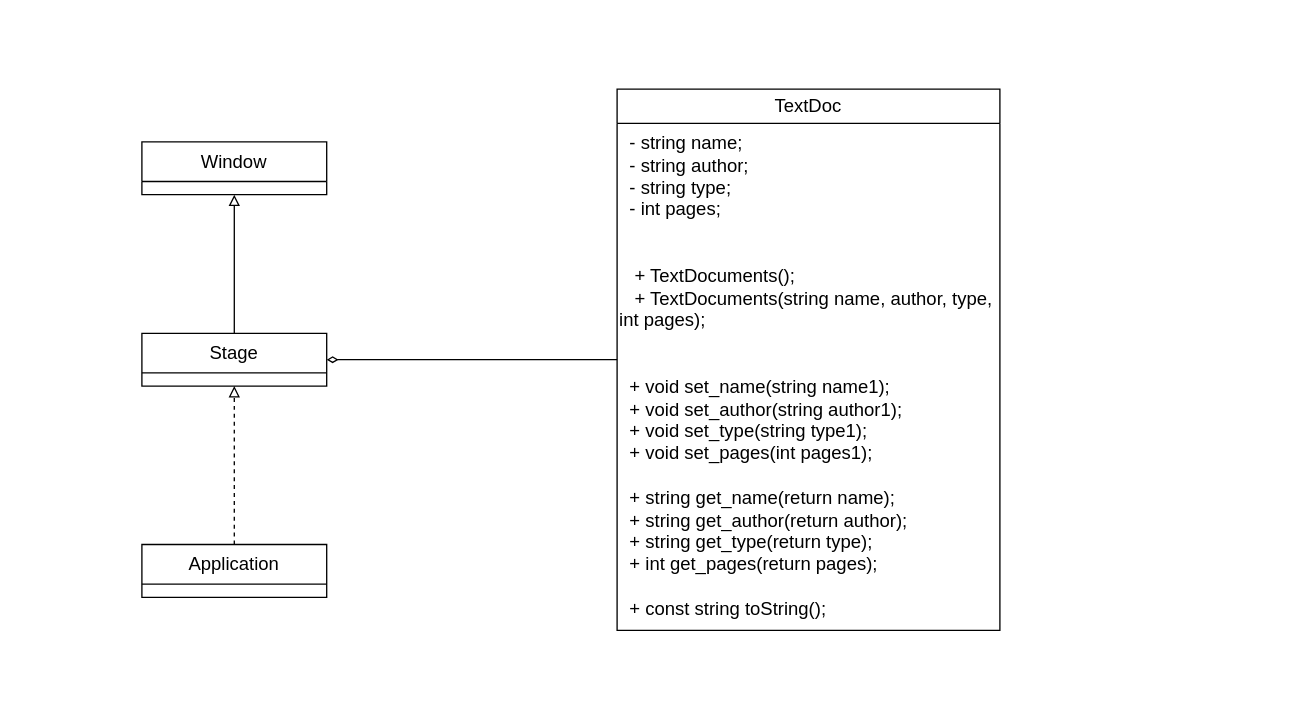
The draw.io diagram umlTextDoc.drawio in arsentyeva-n/MyFirstApp, before the edit. Source tidied: cells renumbered, new cells numbered last; positions are measured from the earlier drawing's top-left corner, leaving out a move shared by most shapes. Both pictures are drawn from the tidied source at 132%, with x=0, y=0 at pixel (22, 22).
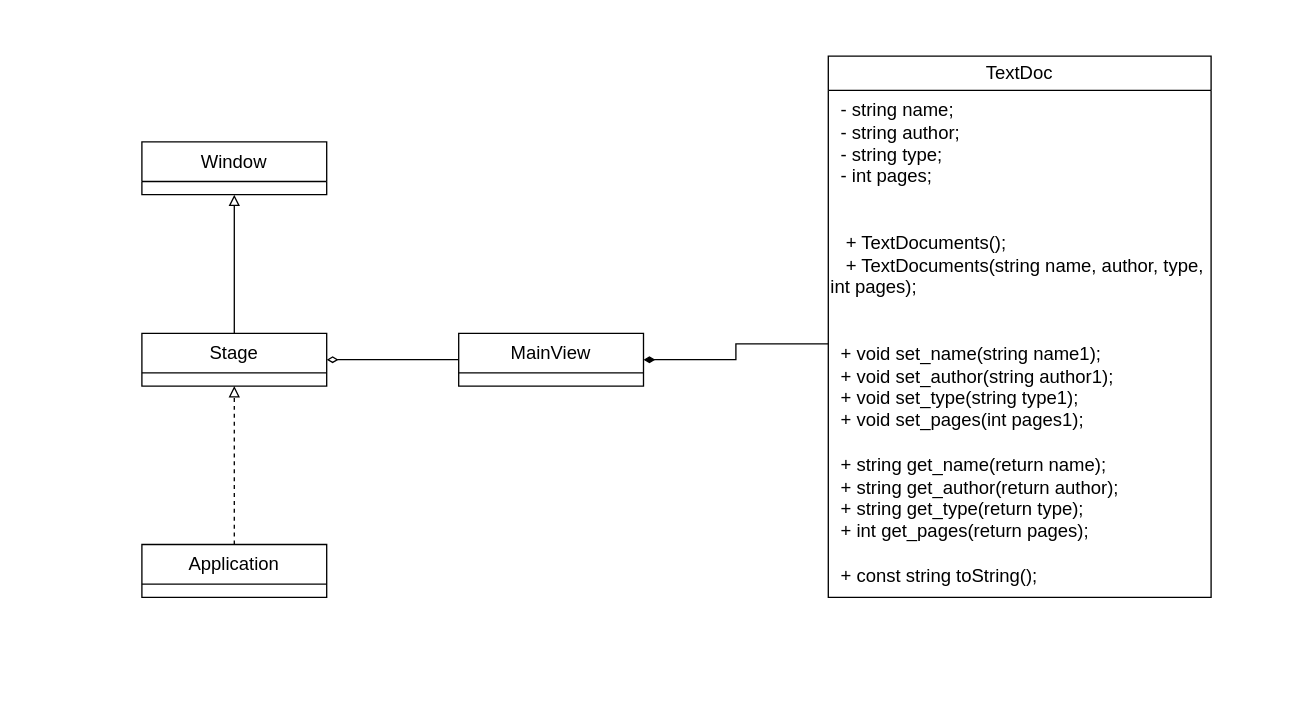
Above is the later version.

Diff of the diagram source:
```diff
@@
 <mxGraphModel>
   <root>
     <mxCell id="0" />
     <mxCell id="1" parent="0" />
-    <mxCell id="2" style="edgeStyle=orthogonalEdgeStyle;rounded=0;jettySize=auto;html=1;entryX=1;entryY=0.5;entryDx=0;entryDy=0;endArrow=diamondThin;endFill=0;" parent="1" edge="1" source="3" target="6">
-      <mxGeometry relative="1" as="geometry" />
-    </mxCell>
+    <mxCell id="10" style="rounded=0;whiteSpace=wrap;html=1;opacity=0;" parent="1" vertex="1">
+      <mxGeometry width="950" height="490" as="geometry" />
+    </mxCell>
     <mxCell id="3" value="&lt;font style=&quot;font-size: 14px;&quot;&gt;TextDoc&lt;/font&gt;" style="swimlane;fontStyle=0;horizontal=1;startSize=26;fillColor=none;whiteSpace=wrap;html=1;" parent="1" vertex="1">
-      <mxGeometry x="450" y="50" width="290" height="410" as="geometry" />
+      <mxGeometry x="610" y="25" width="290" height="410" as="geometry" />
     </mxCell>
     <mxCell id="4" value="&lt;font style=&quot;font-size: 14px;&quot;&gt;&amp;nbsp; - string name;&lt;br&gt;&amp;nbsp; - string author;&lt;br&gt;&amp;nbsp; - string type;&lt;br&gt;&amp;nbsp; - int pages;&lt;br&gt;&lt;br&gt;&lt;br&gt;&amp;nbsp; &amp;nbsp;+ TextDocuments();&amp;nbsp;&lt;br&gt;&amp;nbsp; &amp;nbsp;+ TextDocuments(string name, author, type, int pages);&amp;nbsp; &amp;nbsp; &amp;nbsp; &amp;nbsp; &amp;nbsp; &amp;nbsp; &amp;nbsp; &amp;nbsp; &amp;nbsp; &amp;nbsp; &amp;nbsp; &amp;nbsp; &amp;nbsp;&lt;br&gt;&lt;br&gt;&lt;br&gt;&amp;nbsp; + void set_name(string name1);&lt;br&gt;&amp;nbsp; + void set_author(string author1);&lt;br&gt;&amp;nbsp; + void set_type(string type1);&lt;br&gt;&amp;nbsp; + void set_pages(int pages1);&lt;br&gt;&amp;nbsp;&amp;nbsp;&lt;br&gt;&amp;nbsp; + string get_name(return name);&lt;br&gt;&amp;nbsp; + string get_author(return author);&lt;br&gt;&amp;nbsp; + string get_type(return type);&lt;br&gt;&amp;nbsp; + int get_pages(return pages);&lt;br&gt;&amp;nbsp;&amp;nbsp;&lt;br&gt;&amp;nbsp; + const string toString();&lt;/font&gt;" style="text;whiteSpace=wrap;html=1;" parent="3" vertex="1">
       <mxGeometry y="26" width="290" height="384" as="geometry" />
     </mxCell>
     <mxCell id="5" style="edgeStyle=orthogonalEdgeStyle;rounded=0;jettySize=auto;html=1;entryX=0.5;entryY=1;entryDx=0;entryDy=0;endArrow=block;endFill=0;" parent="1" edge="1" source="6" target="7">
       <mxGeometry relative="1" as="geometry" />
     </mxCell>
     <mxCell id="6" value="&lt;font style=&quot;font-size: 14px;&quot;&gt;Stage&lt;/font&gt;" style="swimlane;fontStyle=0;horizontal=1;startSize=30;whiteSpace=wrap;html=1;" parent="1" vertex="1">
       <mxGeometry x="90" y="235" width="140" height="40" as="geometry" />
     </mxCell>
     <mxCell id="7" value="&lt;font style=&quot;font-size: 14px;&quot;&gt;Window&lt;/font&gt;" style="swimlane;fontStyle=0;horizontal=1;startSize=30;whiteSpace=wrap;html=1;" parent="1" vertex="1">
       <mxGeometry x="90" y="90" width="140" height="40" as="geometry" />
     </mxCell>
     <mxCell id="8" style="edgeStyle=orthogonalEdgeStyle;rounded=0;jettySize=auto;html=1;exitX=0.5;exitY=0;exitDx=0;exitDy=0;entryX=0.5;entryY=1;entryDx=0;entryDy=0;dashed=1;endArrow=block;endFill=0;" parent="1" edge="1" source="9" target="6">
       <mxGeometry relative="1" as="geometry" />
     </mxCell>
     <mxCell id="9" value="&lt;font style=&quot;font-size: 14px;&quot;&gt;Application&lt;/font&gt;" style="swimlane;fontStyle=0;horizontal=1;startSize=30;whiteSpace=wrap;html=1;" parent="1" vertex="1">
       <mxGeometry x="90" y="395" width="140" height="40" as="geometry" />
     </mxCell>
-    <mxCell id="10" style="rounded=0;whiteSpace=wrap;html=1;opacity=0;" parent="1" vertex="1">
-      <mxGeometry width="770" height="510" as="geometry" />
-    </mxCell>
+    <mxCell id="11" style="edgeStyle=orthogonalEdgeStyle;rounded=0;jettySize=auto;html=1;exitX=0;exitY=0.5;exitDx=0;exitDy=0;entryX=1;entryY=0.5;entryDx=0;entryDy=0;endArrow=diamondThin;endFill=0;" parent="1" edge="1" source="12" target="6">
+      <mxGeometry relative="1" as="geometry" />
+    </mxCell>
+    <mxCell id="12" value="&lt;span style=&quot;font-size: 14px;&quot;&gt;MainView&lt;/span&gt;" style="swimlane;fontStyle=0;horizontal=1;startSize=30;whiteSpace=wrap;html=1;" parent="1" vertex="1">
+      <mxGeometry x="330" y="235" width="140" height="40" as="geometry" />
+    </mxCell>
+    <mxCell id="13" style="edgeStyle=orthogonalEdgeStyle;rounded=0;jettySize=auto;html=1;exitX=0;exitY=0.5;exitDx=0;exitDy=0;endArrow=diamondThin;endFill=1;" parent="1" edge="1" source="4" target="12">
+      <mxGeometry relative="1" as="geometry" />
+    </mxCell>
   </root>
 </mxGraphModel>
```
